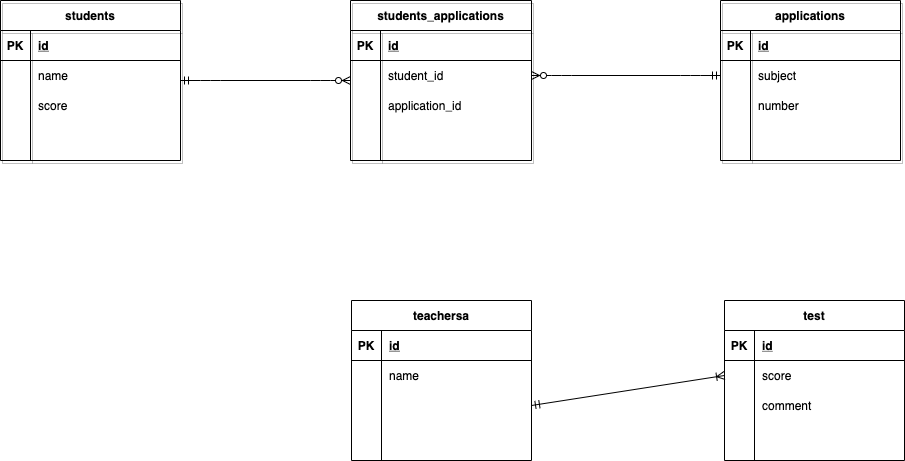
tokouyuuki/DB keeps this draw.io diagram as index.drawio.png. Above is the earlier version. Source tidied: cells renumbered, new cells last; positions are measured from the earlier drawing's top-left corner, leaving out a move shared by most shapes.
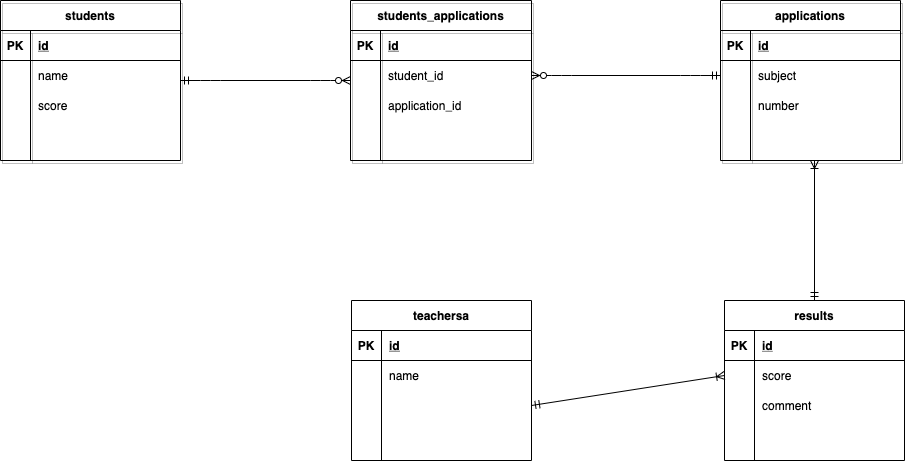
After the change.

Diff of the diagram source:
```diff
@@ -167,7 +167,7 @@
     <mxCell id="55" style="shape=partialRectangle;fillColor=none;top=0;left=0;bottom=0;right=0;align=left;spacingLeft=6;overflow=hidden;" parent="53" vertex="1">
       <mxGeometry x="30" width="150" height="30" as="geometry" />
     </mxCell>
-    <mxCell id="56" value="test" style="shape=table;startSize=30;rowLines=0;fontStyle=1;align=center;" parent="1" vertex="1">
+    <mxCell id="56" value="results" style="shape=table;startSize=30;rowLines=0;fontStyle=1;align=center;" parent="1" vertex="1">
       <mxGeometry x="724" y="300" width="180" height="160" as="geometry" />
     </mxCell>
     <mxCell id="57" style="shape=partialRectangle;fillColor=none;top=0;left=0;bottom=1;right=0;" parent="56" vertex="1">
@@ -209,5 +209,10 @@
     <mxCell id="69" style="fontSize=12;html=1;endArrow=ERoneToMany;startArrow=ERmandOne;exitX=1;exitY=0.5;exitDx=0;exitDy=0;entryX=0;entryY=0.5;entryDx=0;entryDy=0;" parent="1" edge="1" source="50" target="60">
       <mxGeometry relative="1" as="geometry" />
     </mxCell>
+    <mxCell id="70" style="fontSize=12;html=1;endArrow=ERoneToMany;startArrow=ERmandOne;exitX=0.5;exitY=0;exitDx=0;exitDy=0;" parent="1" edge="1" source="56">
+      <mxGeometry relative="1" as="geometry">
+        <mxPoint x="814" y="160" as="targetPoint" />
+      </mxGeometry>
+    </mxCell>
   </root>
 </mxGraphModel>
```
